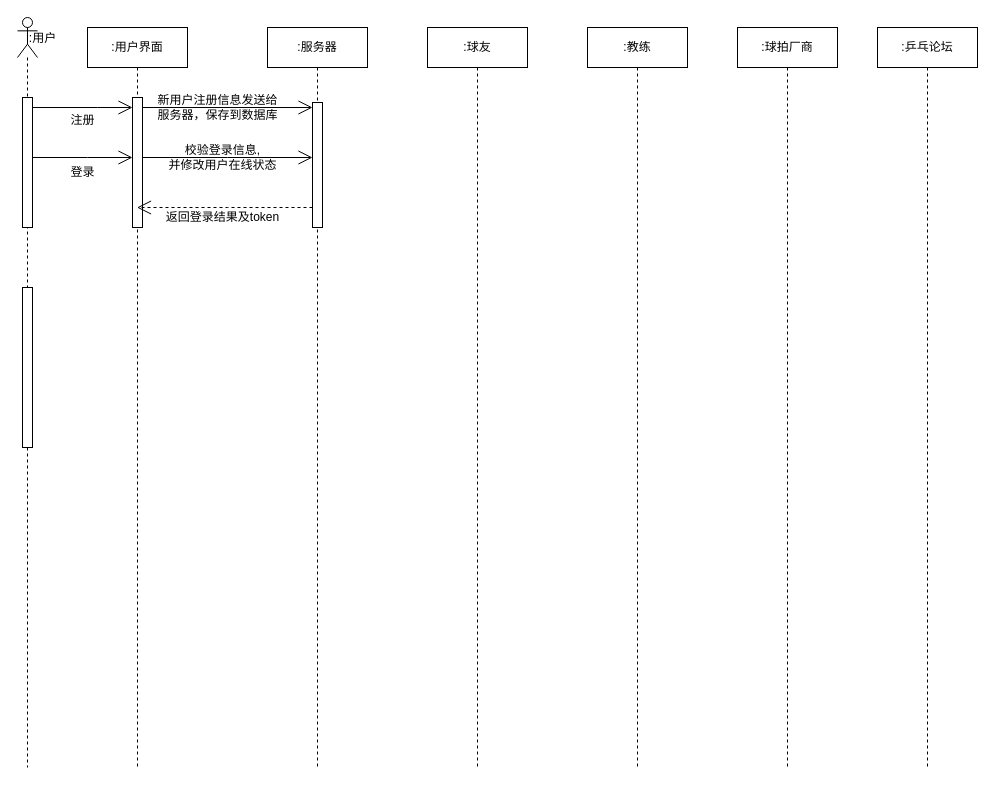
This is 时序图.drawio from 2919282119/charts, a draw.io file, before an edit. Source tidied: cells renumbered, new cells numbered last; positions are measured from the earlier drawing's top-left corner, leaving out a move shared by most shapes. Both pictures are drawn from the tidied source at 100%, with x=0, y=0 at pixel (17, 17).
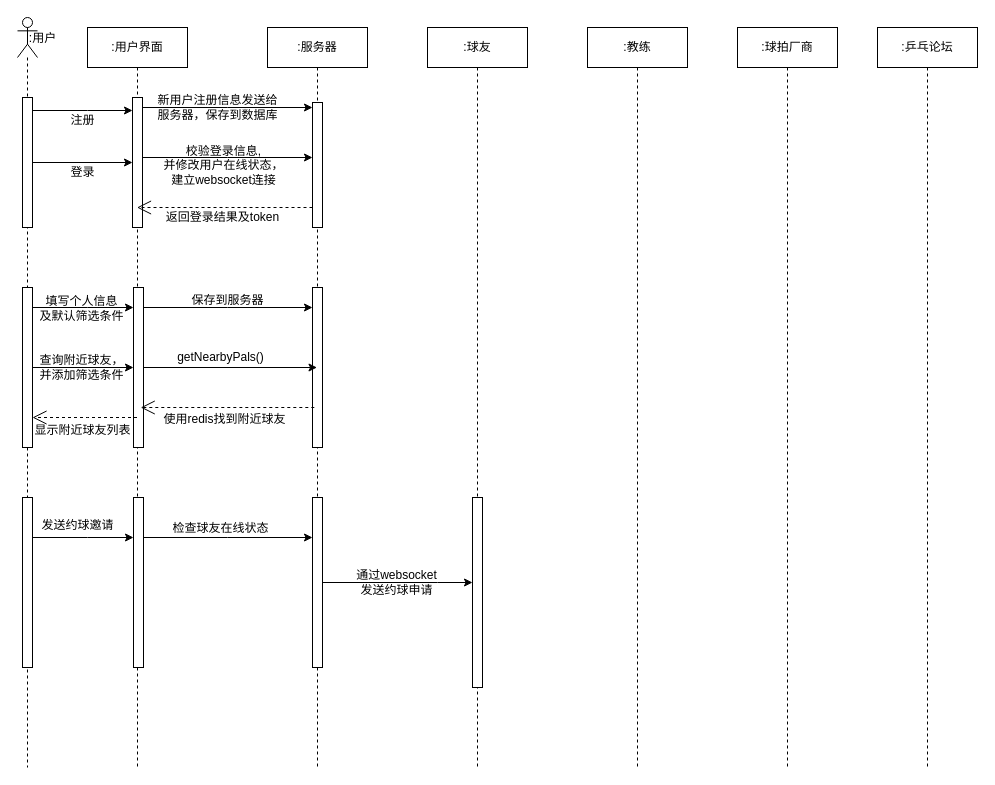
After the change.

Commit message (it also covers changes not shown here):
更新时序图.drawio

Unchanged cells that the change refers to:
```xml
<mxCell id="2" value=":用户界面" style="shape=umlLifeline;perimeter=lifelinePerimeter;whiteSpace=wrap;html=1;outlineConnect=0;portConstraint=eastwest;newEdgeStyle={&quot;curved&quot;:0,&quot;rounded&quot;:0};" parent="1" vertex="1">
  <mxGeometry x="70" y="10" width="100" height="740" as="geometry" />
</mxCell>
<mxCell id="3" style="html=1;points=[[0,0,0,0,5],[0,1,0,0,-5],[1,0,0,0,5],[1,1,0,0,-5]];perimeter=orthogonalPerimeter;outlineConnect=0;targetShapes=umlLifeline;portConstraint=eastwest;newEdgeStyle={&quot;curved&quot;:0,&quot;rounded&quot;:0};" parent="2" vertex="1">
  <mxGeometry x="45" y="70" width="10" height="130" as="geometry" />
</mxCell>
<mxCell id="4" value=":服务器" style="shape=umlLifeline;perimeter=lifelinePerimeter;whiteSpace=wrap;html=1;outlineConnect=0;portConstraint=eastwest;newEdgeStyle={&quot;curved&quot;:0,&quot;rounded&quot;:0};" parent="1" vertex="1">
  <mxGeometry x="250" y="10" width="100" height="740" as="geometry" />
</mxCell>
<mxCell id="5" style="html=1;points=[[0,0,0,0,5],[0,1,0,0,-5],[1,0,0,0,5],[1,1,0,0,-5]];perimeter=orthogonalPerimeter;outlineConnect=0;targetShapes=umlLifeline;portConstraint=eastwest;newEdgeStyle={&quot;curved&quot;:0,&quot;rounded&quot;:0};" parent="4" vertex="1">
  <mxGeometry x="45" y="75" width="10" height="125" as="geometry" />
</mxCell>
<mxCell id="7" style="shape=umlLifeline;perimeter=lifelinePerimeter;whiteSpace=wrap;html=1;newEdgeStyle={&quot;curved&quot;:0,&quot;rounded&quot;:0};participant=umlActor;" parent="6" vertex="1">
  <mxGeometry width="20" height="750" as="geometry" />
</mxCell>
<mxCell id="8" style="html=1;points=[[0,0,0,0,5],[0,1,0,0,-5],[1,0,0,0,5],[1,1,0,0,-5]];perimeter=orthogonalPerimeter;outlineConnect=0;targetShapes=umlLifeline;portConstraint=eastwest;newEdgeStyle={&quot;curved&quot;:0,&quot;rounded&quot;:0};" parent="7" vertex="1">
  <mxGeometry x="5" y="270" width="10" height="160" as="geometry" />
</mxCell>
<mxCell id="10" style="html=1;points=[[0,0,0,0,5],[0,1,0,0,-5],[1,0,0,0,5],[1,1,0,0,-5]];perimeter=orthogonalPerimeter;outlineConnect=0;targetShapes=umlLifeline;portConstraint=eastwest;newEdgeStyle={&quot;curved&quot;:0,&quot;rounded&quot;:0};" parent="6" vertex="1">
  <mxGeometry x="5" y="80" width="10" height="130" as="geometry" />
</mxCell>
<mxCell id="11" value=":球友" style="shape=umlLifeline;perimeter=lifelinePerimeter;whiteSpace=wrap;html=1;newEdgeStyle={&quot;curved&quot;:0,&quot;rounded&quot;:0};" parent="1" vertex="1">
  <mxGeometry x="410" y="10" width="100" height="740" as="geometry" />
</mxCell>
```

What changed in the source:
```diff
@@
+    <mxCell id="25" style="html=1;points=[[0,0,0,0,5],[0,1,0,0,-5],[1,0,0,0,5],[1,1,0,0,-5]];perimeter=orthogonalPerimeter;outlineConnect=0;targetShapes=umlLifeline;portConstraint=eastwest;newEdgeStyle={&quot;curved&quot;:0,&quot;rounded&quot;:0};" parent="2" vertex="1">
+      <mxGeometry x="46" y="260" width="10" height="160" as="geometry" />
+    </mxCell>
+    <mxCell id="26" style="html=1;points=[[0,0,0,0,5],[0,1,0,0,-5],[1,0,0,0,5],[1,1,0,0,-5]];perimeter=orthogonalPerimeter;outlineConnect=0;targetShapes=umlLifeline;portConstraint=eastwest;newEdgeStyle={&quot;curved&quot;:0,&quot;rounded&quot;:0};" parent="2" vertex="1">
+      <mxGeometry x="46" y="470" width="10" height="170" as="geometry" />
+    </mxCell>
@@
+    <mxCell id="27" style="html=1;points=[[0,0,0,0,5],[0,1,0,0,-5],[1,0,0,0,5],[1,1,0,0,-5]];perimeter=orthogonalPerimeter;outlineConnect=0;targetShapes=umlLifeline;portConstraint=eastwest;newEdgeStyle={&quot;curved&quot;:0,&quot;rounded&quot;:0};" parent="4" vertex="1">
+      <mxGeometry x="45" y="260" width="10" height="160" as="geometry" />
+    </mxCell>
+    <mxCell id="28" style="html=1;points=[[0,0,0,0,5],[0,1,0,0,-5],[1,0,0,0,5],[1,1,0,0,-5]];perimeter=orthogonalPerimeter;outlineConnect=0;targetShapes=umlLifeline;portConstraint=eastwest;newEdgeStyle={&quot;curved&quot;:0,&quot;rounded&quot;:0};" parent="4" vertex="1">
+      <mxGeometry x="45" y="470" width="10" height="170" as="geometry" />
+    </mxCell>
@@
+    <mxCell id="29" style="html=1;points=[[0,0,0,0,5],[0,1,0,0,-5],[1,0,0,0,5],[1,1,0,0,-5]];perimeter=orthogonalPerimeter;outlineConnect=0;targetShapes=umlLifeline;portConstraint=eastwest;newEdgeStyle={&quot;curved&quot;:0,&quot;rounded&quot;:0};" parent="7" vertex="1">
+      <mxGeometry x="5" y="480" width="10" height="170" as="geometry" />
+    </mxCell>
@@
+    <mxCell id="30" style="html=1;points=[[0,0,0,0,5],[0,1,0,0,-5],[1,0,0,0,5],[1,1,0,0,-5]];perimeter=orthogonalPerimeter;outlineConnect=0;targetShapes=umlLifeline;portConstraint=eastwest;newEdgeStyle={&quot;curved&quot;:0,&quot;rounded&quot;:0};" parent="11" vertex="1">
+      <mxGeometry x="45" y="470" width="10" height="190" as="geometry" />
+    </mxCell>
@@
-    <mxCell id="15" style="endArrow=open;endFill=1;endSize=12;html=1;rounded=0;" parent="1" edge="1" source="10" target="3">
-      <mxGeometry relative="1" as="geometry">
-        <Array as="points">
-          <mxPoint x="70" y="140" />
-        </Array>
-      </mxGeometry>
-    </mxCell>
@@
-    <mxCell id="17" style="endArrow=open;endFill=1;endSize=12;html=1;rounded=0;" parent="1" edge="1" source="10" target="3">
-      <mxGeometry relative="1" as="geometry">
-        <Array as="points">
-          <mxPoint x="80" y="90" />
-        </Array>
-      </mxGeometry>
-    </mxCell>
@@
-    <mxCell id="19" style="endArrow=open;endFill=1;endSize=12;html=1;rounded=0;entryX=0;entryY=0;entryDx=0;entryDy=5;entryPerimeter=0;" parent="1" edge="1" source="3" target="5">
-      <mxGeometry relative="1" as="geometry" />
-    </mxCell>
@@
-    <mxCell id="21" style="endArrow=open;endFill=1;endSize=12;html=1;rounded=0;" parent="1" edge="1" source="3" target="5">
-      <mxGeometry relative="1" as="geometry">
-        <Array as="points">
-          <mxPoint x="210" y="140" />
-        </Array>
-      </mxGeometry>
-    </mxCell>
-    <mxCell id="22" value="校验登录信息,&lt;div&gt;并修改用户在线状态&lt;/div&gt;" style="text;html=1;align=center;verticalAlign=middle;strokeColor=none;fillColor=none;" parent="1" vertex="1">
-      <mxGeometry x="140" y="120" width="130" height="40" as="geometry" />
+    <mxCell id="22" value="校验登录信息,&lt;div&gt;并修改用户在线状态，&lt;/div&gt;&lt;div&gt;建立websocket连接&lt;/div&gt;" style="text;html=1;align=center;verticalAlign=middle;strokeColor=none;fillColor=none;" parent="1" vertex="1">
+      <mxGeometry x="136" y="118" width="140" height="60" as="geometry" />
     </mxCell>
@@
+    <mxCell id="31" value="填写个人信息&lt;div&gt;及默认筛选条件&lt;/div&gt;" style="text;html=1;align=center;verticalAlign=middle;strokeColor=none;fillColor=none;" parent="1" vertex="1">
+      <mxGeometry x="9" y="271" width="110" height="40" as="geometry" />
+    </mxCell>
+    <mxCell id="32" style="edgeStyle=orthogonalEdgeStyle;rounded=0;jettySize=auto;html=1;curved=0;" parent="1" edge="1" source="25" target="27">
+      <mxGeometry relative="1" as="geometry">
+        <Array as="points">
+          <mxPoint x="210" y="290" />
+          <mxPoint x="210" y="290" />
+        </Array>
+      </mxGeometry>
+    </mxCell>
+    <mxCell id="33" style="edgeStyle=orthogonalEdgeStyle;rounded=0;jettySize=auto;html=1;curved=0;" parent="1" edge="1" source="10" target="3">
+      <mxGeometry relative="1" as="geometry" />
+    </mxCell>
+    <mxCell id="34" style="edgeStyle=orthogonalEdgeStyle;rounded=0;orthogonalLoop=1;jettySize=auto;html=1;curved=0;" parent="1" edge="1">
+      <mxGeometry relative="1" as="geometry">
+        <mxPoint x="15" y="93" as="sourcePoint" />
+        <mxPoint x="115" y="93" as="targetPoint" />
+        <Array as="points">
+          <mxPoint x="70" y="93" />
+          <mxPoint x="70" y="93" />
+        </Array>
+      </mxGeometry>
+    </mxCell>
+    <mxCell id="35" style="edgeStyle=orthogonalEdgeStyle;rounded=0;jettySize=auto;html=1;curved=0;" parent="1" edge="1" source="3" target="5">
+      <mxGeometry relative="1" as="geometry">
+        <Array as="points">
+          <mxPoint x="210" y="90" />
+          <mxPoint x="210" y="90" />
+        </Array>
+      </mxGeometry>
+    </mxCell>
+    <mxCell id="36" style="edgeStyle=orthogonalEdgeStyle;rounded=0;jettySize=auto;html=1;curved=0;" parent="1" edge="1" source="3" target="5">
+      <mxGeometry relative="1" as="geometry">
+        <Array as="points">
+          <mxPoint x="210" y="140" />
+          <mxPoint x="210" y="140" />
+        </Array>
+      </mxGeometry>
+    </mxCell>
+    <mxCell id="37" style="edgeStyle=orthogonalEdgeStyle;rounded=0;jettySize=auto;html=1;curved=0;" parent="1" edge="1" source="8" target="25">
+      <mxGeometry relative="1" as="geometry">
+        <Array as="points">
+          <mxPoint x="70" y="290" />
+          <mxPoint x="70" y="290" />
+        </Array>
+      </mxGeometry>
+    </mxCell>
+    <mxCell id="38" value="保存到服务器" style="text;html=1;align=center;verticalAlign=middle;strokeColor=none;fillColor=none;" parent="1" vertex="1">
+      <mxGeometry x="160" y="268" width="100" height="30" as="geometry" />
+    </mxCell>
+    <mxCell id="39" style="edgeStyle=orthogonalEdgeStyle;rounded=0;jettySize=auto;html=1;curved=0;" parent="1" edge="1" source="8" target="25">
+      <mxGeometry relative="1" as="geometry" />
+    </mxCell>
+    <mxCell id="40" value="查询附近球友，&lt;div&gt;并添加筛选条件&lt;/div&gt;" style="text;html=1;align=center;verticalAlign=middle;strokeColor=none;fillColor=none;" parent="1" vertex="1">
+      <mxGeometry x="9" y="330" width="110" height="40" as="geometry" />
+    </mxCell>
+    <mxCell id="41" style="edgeStyle=orthogonalEdgeStyle;rounded=0;jettySize=auto;html=1;curved=0;" parent="1" edge="1" source="25" target="4">
+      <mxGeometry relative="1" as="geometry">
+        <Array as="points">
+          <mxPoint x="250" y="350" />
+          <mxPoint x="250" y="350" />
+        </Array>
+      </mxGeometry>
+    </mxCell>
+    <mxCell id="42" value="getNearbyPals()" style="text;html=1;align=center;verticalAlign=middle;strokeColor=none;fillColor=none;" parent="1" vertex="1">
+      <mxGeometry x="148" y="325" width="110" height="30" as="geometry" />
+    </mxCell>
+    <mxCell id="43" style="endArrow=open;endSize=12;dashed=1;html=1;rounded=0;" parent="1" edge="1">
+      <mxGeometry relative="1" as="geometry">
+        <mxPoint x="296.8" y="390" as="sourcePoint" />
+        <mxPoint x="123.2" y="390" as="targetPoint" />
+        <Array as="points">
+          <mxPoint x="222.2" y="390" />
+        </Array>
+      </mxGeometry>
+    </mxCell>
+    <mxCell id="44" value="使用redis找到附近球友" style="text;html=1;align=center;verticalAlign=middle;strokeColor=none;fillColor=none;" parent="1" vertex="1">
+      <mxGeometry x="132" y="387" width="150" height="30" as="geometry" />
+    </mxCell>
+    <mxCell id="45" style="endArrow=open;endSize=12;dashed=1;html=1;rounded=0;" parent="1" edge="1" source="2" target="8">
+      <mxGeometry relative="1" as="geometry">
+        <Array as="points">
+          <mxPoint x="70" y="400" />
+        </Array>
+      </mxGeometry>
+    </mxCell>
+    <mxCell id="46" value="显示附近球友列表" style="text;html=1;align=center;verticalAlign=middle;strokeColor=none;fillColor=none;" parent="1" vertex="1">
+      <mxGeometry x="5" y="398" width="120" height="30" as="geometry" />
+    </mxCell>
+    <mxCell id="47" style="edgeStyle=orthogonalEdgeStyle;rounded=0;jettySize=auto;html=1;curved=0;" parent="1" edge="1" source="29" target="26">
+      <mxGeometry relative="1" as="geometry">
+        <Array as="points">
+          <mxPoint x="70" y="520" />
+          <mxPoint x="70" y="520" />
+        </Array>
+      </mxGeometry>
+    </mxCell>
+    <mxCell id="48" value="发送约球邀请" style="text;html=1;align=center;verticalAlign=middle;strokeColor=none;fillColor=none;" parent="1" vertex="1">
+      <mxGeometry x="10" y="493" width="100" height="30" as="geometry" />
+    </mxCell>
+    <mxCell id="49" style="edgeStyle=orthogonalEdgeStyle;rounded=0;jettySize=auto;html=1;curved=0;" parent="1" edge="1" source="26" target="28">
+      <mxGeometry relative="1" as="geometry">
+        <Array as="points">
+          <mxPoint x="210" y="520" />
+          <mxPoint x="210" y="520" />
+        </Array>
+      </mxGeometry>
+    </mxCell>
+    <mxCell id="50" value="检查球友在线状态" style="text;html=1;align=center;verticalAlign=middle;strokeColor=none;fillColor=none;" parent="1" vertex="1">
+      <mxGeometry x="143" y="496" width="120" height="30" as="geometry" />
+    </mxCell>
+    <mxCell id="51" style="edgeStyle=orthogonalEdgeStyle;rounded=0;jettySize=auto;html=1;curved=0;" parent="1" edge="1" source="28" target="30">
+      <mxGeometry relative="1" as="geometry">
+        <Array as="points">
+          <mxPoint x="420" y="565" />
+          <mxPoint x="420" y="565" />
+        </Array>
+      </mxGeometry>
+    </mxCell>
+    <mxCell id="52" value="通过websocket&lt;div&gt;发送约球申请&lt;/div&gt;" style="text;html=1;align=center;verticalAlign=middle;strokeColor=none;fillColor=none;" parent="1" vertex="1">
+      <mxGeometry x="329" y="545" width="100" height="40" as="geometry" />
+    </mxCell>
```
